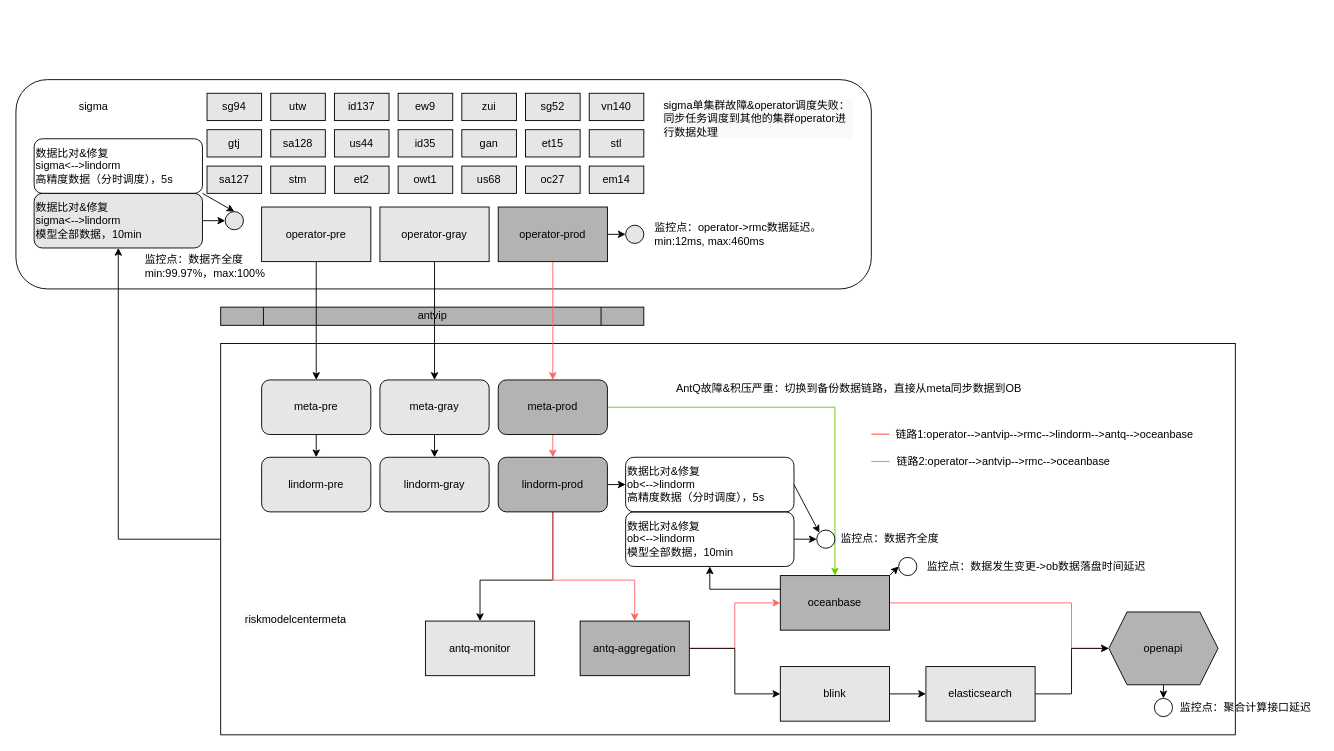
This is 蚂蚁金服/RMC/蚂蚁金服-RMC-[20200904]-分时调度数据链路.drawio from frankneu/draw.io, a draw.io file, before an edit. Source tidied: cells renumbered, new cells numbered last; positions are measured from the earlier drawing's top-left corner, leaving out a move shared by most shapes. Both pictures are drawn from the tidied source at 91%, with x=0, y=0 at pixel (15, 79).
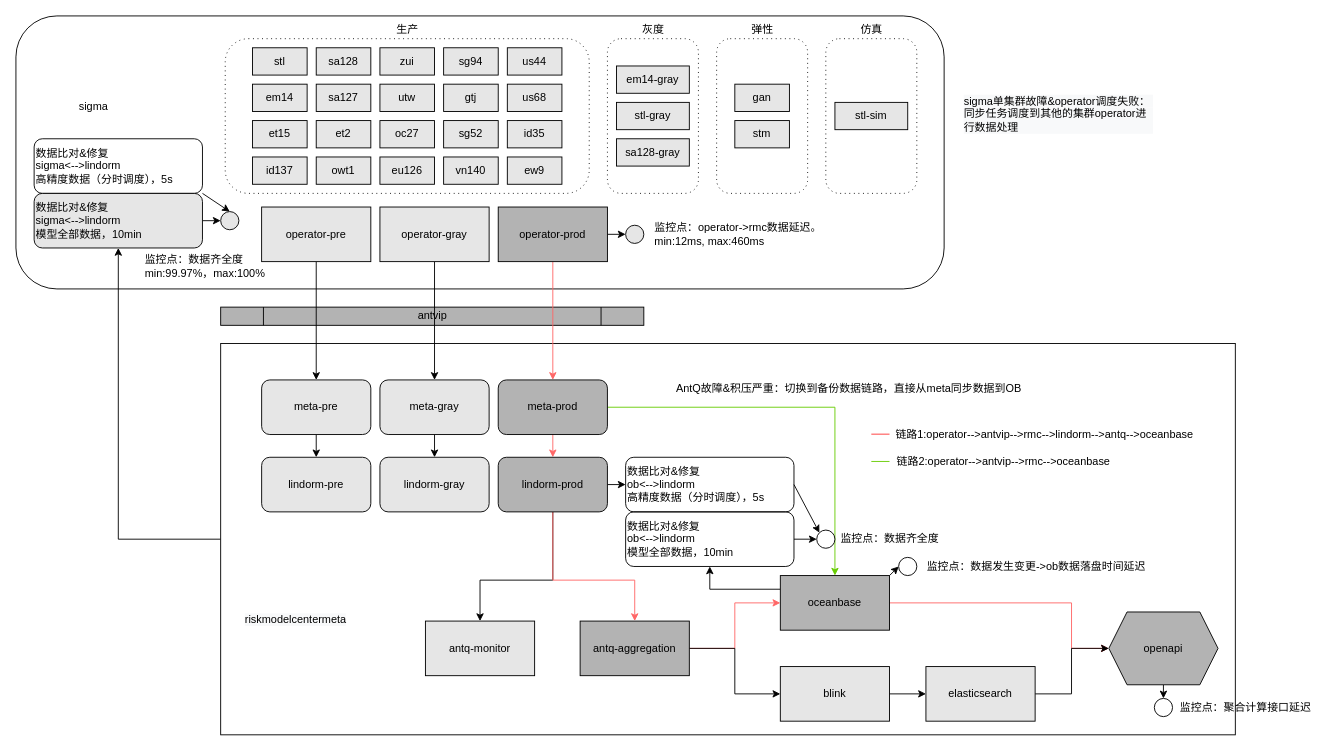
The same diagram, later.

Commit message:
Update 蚂蚁金服-RMC-[20200904]-分时调度数据链路.drawio

The edit, as a diff of the source:
```diff
@@
     <mxCell id="2" style="rounded=1;whiteSpace=wrap;html=1;" parent="1" vertex="1">
-      <mxGeometry width="940" height="230" as="geometry" />
+      <mxGeometry y="-70" width="1020" height="300" as="geometry" />
     </mxCell>
+    <mxCell id="89" style="shape=ext;rounded=1;html=1;whiteSpace=wrap;dashed=1;dashPattern=1 4;" parent="1" vertex="1">
+      <mxGeometry x="890" y="-45" width="100" height="170" as="geometry" />
+    </mxCell>
+    <mxCell id="90" style="shape=ext;rounded=1;html=1;whiteSpace=wrap;dashed=1;dashPattern=1 4;" parent="1" vertex="1">
+      <mxGeometry x="770" y="-45" width="100" height="170" as="geometry" />
+    </mxCell>
+    <mxCell id="91" style="shape=ext;rounded=1;html=1;whiteSpace=wrap;dashed=1;dashPattern=1 4;" parent="1" vertex="1">
+      <mxGeometry x="650" y="-45" width="100" height="170" as="geometry" />
+    </mxCell>
+    <mxCell id="92" style="shape=ext;rounded=1;html=1;whiteSpace=wrap;dashed=1;dashPattern=1 4;" parent="1" vertex="1">
+      <mxGeometry x="230" y="-45" width="400" height="170" as="geometry" />
+    </mxCell>
     <mxCell id="3" value="gtj" style="rounded=0;whiteSpace=wrap;html=1;fillColor=#E6E6E6;" parent="1" vertex="1">
-      <mxGeometry x="210" y="55" width="60" height="30" as="geometry" />
+      <mxGeometry x="470" y="5" width="60" height="30" as="geometry" />
     </mxCell>
     <mxCell id="4" value="sa128" style="rounded=0;whiteSpace=wrap;html=1;fillColor=#E6E6E6;" parent="1" vertex="1">
-      <mxGeometry x="280" y="55" width="60" height="30" as="geometry" />
+      <mxGeometry x="330" y="-35" width="60" height="30" as="geometry" />
     </mxCell>
     <mxCell id="5" value="ew9" style="rounded=0;whiteSpace=wrap;html=1;fillColor=#E6E6E6;" parent="1" vertex="1">
-      <mxGeometry x="420" y="15" width="60" height="30" as="geometry" />
+      <mxGeometry x="540" y="85" width="60" height="30" as="geometry" />
     </mxCell>
     <mxCell id="6" value="gan" style="rounded=0;whiteSpace=wrap;html=1;fillColor=#E6E6E6;" parent="1" vertex="1">
-      <mxGeometry x="490" y="55" width="60" height="30" as="geometry" />
+      <mxGeometry x="790" y="5" width="60" height="30" as="geometry" />
     </mxCell>
     <mxCell id="7" value="et2" style="rounded=0;whiteSpace=wrap;html=1;fillColor=#E6E6E6;" parent="1" vertex="1">
-      <mxGeometry x="350" y="95" width="60" height="30" as="geometry" />
+      <mxGeometry x="330" y="45" width="60" height="30" as="geometry" />
     </mxCell>
     <mxCell id="8" value="zui" style="rounded=0;whiteSpace=wrap;html=1;fillColor=#E6E6E6;" parent="1" vertex="1">
-      <mxGeometry x="490" y="15" width="60" height="30" as="geometry" />
+      <mxGeometry x="400" y="-35" width="60" height="30" as="geometry" />
     </mxCell>
     <mxCell id="9" value="et15" style="rounded=0;whiteSpace=wrap;html=1;fillColor=#E6E6E6;" parent="1" vertex="1">
-      <mxGeometry x="560" y="55" width="60" height="30" as="geometry" />
+      <mxGeometry x="260" y="45" width="60" height="30" as="geometry" />
     </mxCell>
     <mxCell id="10" value="stl" style="rounded=0;whiteSpace=wrap;html=1;fillColor=#E6E6E6;" parent="1" vertex="1">
-      <mxGeometry x="630" y="55" width="60" height="30" as="geometry" />
+      <mxGeometry x="260" y="-35" width="60" height="30" as="geometry" />
     </mxCell>
     <mxCell id="11" value="em14" style="rounded=0;whiteSpace=wrap;html=1;fillColor=#E6E6E6;" parent="1" vertex="1">
-      <mxGeometry x="630" y="95" width="60" height="30" as="geometry" />
+      <mxGeometry x="260" y="5" width="60" height="30" as="geometry" />
     </mxCell>
     <mxCell id="12" value="us68" style="rounded=0;whiteSpace=wrap;html=1;fillColor=#E6E6E6;" parent="1" vertex="1">
-      <mxGeometry x="490" y="95" width="60" height="30" as="geometry" />
+      <mxGeometry x="540" y="5" width="60" height="30" as="geometry" />
     </mxCell>
     <mxCell id="13" value="owt1" style="rounded=0;whiteSpace=wrap;html=1;fillColor=#E6E6E6;" parent="1" vertex="1">
-      <mxGeometry x="420" y="95" width="60" height="30" as="geometry" />
+      <mxGeometry x="330" y="85" width="60" height="30" as="geometry" />
     </mxCell>
     <mxCell id="14" value="id137" style="rounded=0;whiteSpace=wrap;html=1;fillColor=#E6E6E6;" parent="1" vertex="1">
-      <mxGeometry x="350" y="15" width="60" height="30" as="geometry" />
+      <mxGeometry x="260" y="85" width="60" height="30" as="geometry" />
     </mxCell>
     <mxCell id="15" value="id35" style="rounded=0;whiteSpace=wrap;html=1;fillColor=#E6E6E6;" parent="1" vertex="1">
-      <mxGeometry x="420" y="55" width="60" height="30" as="geometry" />
+      <mxGeometry x="540" y="45" width="60" height="30" as="geometry" />
     </mxCell>
     <mxCell id="16" value="oc27" style="rounded=0;whiteSpace=wrap;html=1;fillColor=#E6E6E6;" parent="1" vertex="1">
-      <mxGeometry x="560" y="95" width="60" height="30" as="geometry" />
+      <mxGeometry x="400" y="45" width="60" height="30" as="geometry" />
     </mxCell>
     <mxCell id="17" value="us44" style="rounded=0;whiteSpace=wrap;html=1;fillColor=#E6E6E6;" parent="1" vertex="1">
-      <mxGeometry x="350" y="55" width="60" height="30" as="geometry" />
+      <mxGeometry x="540" y="-35" width="60" height="30" as="geometry" />
     </mxCell>
     <mxCell id="18" value="sg52" style="rounded=0;whiteSpace=wrap;html=1;fillColor=#E6E6E6;" parent="1" vertex="1">
-      <mxGeometry x="560" y="15" width="60" height="30" as="geometry" />
+      <mxGeometry x="470" y="45" width="60" height="30" as="geometry" />
     </mxCell>
     <mxCell id="19" value="vn140" style="rounded=0;whiteSpace=wrap;html=1;fillColor=#E6E6E6;" parent="1" vertex="1">
-      <mxGeometry x="630" y="15" width="60" height="30" as="geometry" />
+      <mxGeometry x="470" y="85" width="60" height="30" as="geometry" />
     </mxCell>
     <mxCell id="20" value="stm" style="rounded=0;whiteSpace=wrap;html=1;fillColor=#E6E6E6;" parent="1" vertex="1">
-      <mxGeometry x="280" y="95" width="60" height="30" as="geometry" />
+      <mxGeometry x="790" y="45" width="60" height="30" as="geometry" />
     </mxCell>
     <mxCell id="21" value="sa127" style="rounded=0;whiteSpace=wrap;html=1;fillColor=#E6E6E6;" parent="1" vertex="1">
-      <mxGeometry x="210" y="95" width="60" height="30" as="geometry" />
+      <mxGeometry x="330" y="5" width="60" height="30" as="geometry" />
     </mxCell>
     <mxCell id="22" value="sg94" style="rounded=0;whiteSpace=wrap;html=1;fillColor=#E6E6E6;" parent="1" vertex="1">
-      <mxGeometry x="210" y="15" width="60" height="30" as="geometry" />
+      <mxGeometry x="470" y="-35" width="60" height="30" as="geometry" />
     </mxCell>
     <mxCell id="23" value="utw" style="rounded=0;whiteSpace=wrap;html=1;fillColor=#E6E6E6;" parent="1" vertex="1">
-      <mxGeometry x="280" y="15" width="60" height="30" as="geometry" />
+      <mxGeometry x="400" y="5" width="60" height="30" as="geometry" />
     </mxCell>
@@
     <mxCell id="65" value="&lt;div style=&quot;color: rgb(0 , 0 , 0) ; font-family: &amp;#34;helvetica&amp;#34; ; font-size: 12px ; font-style: normal ; font-weight: 400 ; letter-spacing: normal ; text-indent: 0px ; text-transform: none ; word-spacing: 0px ; background-color: rgb(248 , 249 , 250) ; text-align: left&quot;&gt;sigma单集群故障&amp;amp;operator调度失败：&lt;/div&gt;&lt;div style=&quot;color: rgb(0 , 0 , 0) ; font-family: &amp;#34;helvetica&amp;#34; ; font-size: 12px ; font-style: normal ; font-weight: 400 ; letter-spacing: normal ; text-indent: 0px ; text-transform: none ; word-spacing: 0px ; background-color: rgb(248 , 249 , 250) ; text-align: left&quot;&gt;同步任务调度到其他的集群operator进行数据处理&lt;/div&gt;" style="text;whiteSpace=wrap;html=1;" parent="1" vertex="1">
-      <mxGeometry x="710" y="15" width="210" height="40" as="geometry" />
+      <mxGeometry x="1040" y="10" width="210" height="40" as="geometry" />
     </mxCell>
@@
     <mxCell id="73" style="ellipse;whiteSpace=wrap;html=1;fillColor=#E6E6E6;" parent="1" vertex="1">
-      <mxGeometry x="230" y="145" width="20" height="20" as="geometry" />
+      <mxGeometry x="225" y="145" width="20" height="20" as="geometry" />
     </mxCell>
@@
+    <mxCell id="93" value="eu126" style="rounded=0;whiteSpace=wrap;html=1;fillColor=#E6E6E6;" parent="1" vertex="1">
+      <mxGeometry x="400" y="85" width="60" height="30" as="geometry" />
+    </mxCell>
+    <mxCell id="94" value="em14-gray" style="rounded=0;whiteSpace=wrap;html=1;fillColor=#E6E6E6;" parent="1" vertex="1">
+      <mxGeometry x="660" y="-15" width="80" height="30" as="geometry" />
+    </mxCell>
+    <mxCell id="95" value="stl-gray" style="rounded=0;whiteSpace=wrap;html=1;fillColor=#E6E6E6;" parent="1" vertex="1">
+      <mxGeometry x="660" y="25" width="80" height="30" as="geometry" />
+    </mxCell>
+    <mxCell id="96" value="sa128-gray" style="rounded=0;whiteSpace=wrap;html=1;fillColor=#E6E6E6;" parent="1" vertex="1">
+      <mxGeometry x="660" y="65" width="80" height="30" as="geometry" />
+    </mxCell>
+    <mxCell id="97" value="stl-sim" style="rounded=0;whiteSpace=wrap;html=1;fillColor=#E6E6E6;" parent="1" vertex="1">
+      <mxGeometry x="900" y="25" width="80" height="30" as="geometry" />
+    </mxCell>
+    <mxCell id="98" value="生产" style="text;html=1;align=center;verticalAlign=middle;" parent="1" vertex="1">
+      <mxGeometry x="410" y="-65" width="40" height="20" as="geometry" />
+    </mxCell>
+    <mxCell id="99" value="灰度" style="text;html=1;align=center;verticalAlign=middle;" parent="1" vertex="1">
+      <mxGeometry x="680" y="-65" width="40" height="20" as="geometry" />
+    </mxCell>
+    <mxCell id="100" value="弹性" style="text;html=1;align=center;verticalAlign=middle;" parent="1" vertex="1">
+      <mxGeometry x="800" y="-65" width="40" height="20" as="geometry" />
+    </mxCell>
+    <mxCell id="101" value="仿真" style="text;html=1;align=center;verticalAlign=middle;" parent="1" vertex="1">
+      <mxGeometry x="920" y="-65" width="40" height="20" as="geometry" />
+    </mxCell>
```
